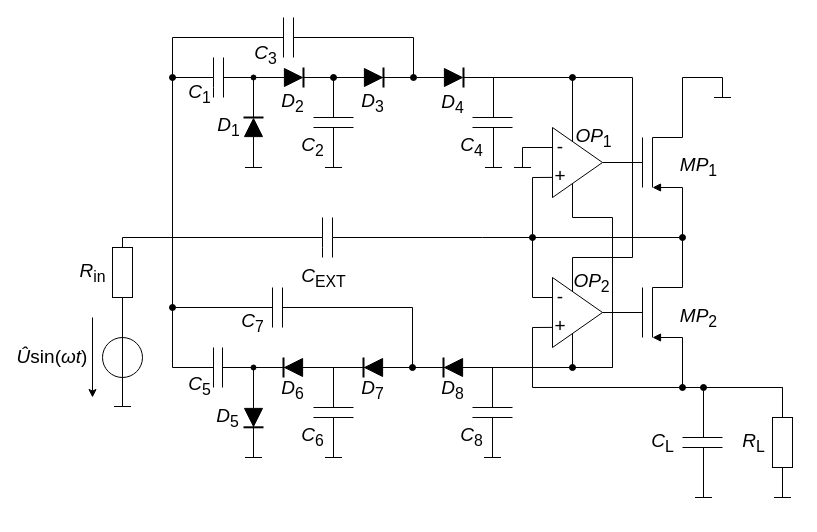
reinlten/TPA_Kolb keeps this draw.io diagram as page "Seite-3" (3 of 3) of forschungspraktikum.drawio. Above is the earlier version. Source tidied: cells renumbered, new cells numbered last; positions are measured from the earlier drawing's top-left corner, leaving out a move shared by most shapes. Both pictures are drawn from the tidied source at 100%, with x=0, y=0 at pixel (22, 17).
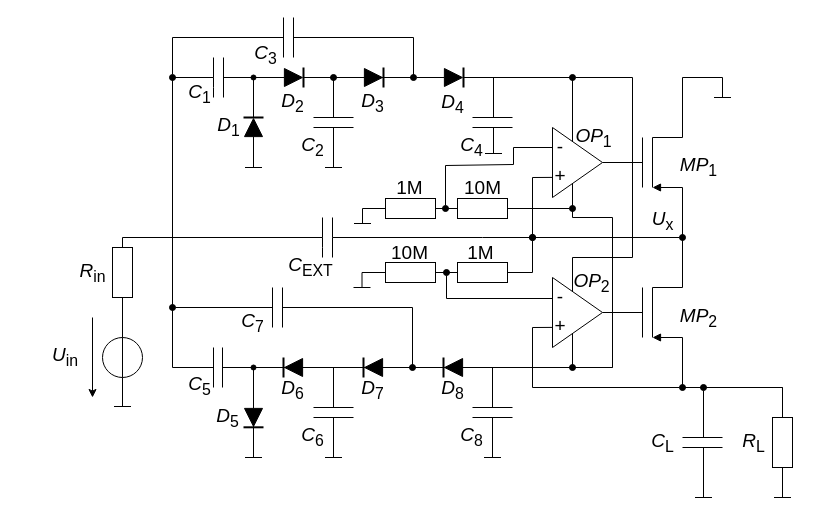
The same page after the edit.

The edit, as a diff of the source:
```diff
@@
-    <mxCell id="9" value="&lt;i&gt;Û&lt;/i&gt;sin(&lt;span style=&quot;text-align: start;&quot;&gt;&lt;i&gt;ω&lt;/i&gt;&lt;/span&gt;&lt;i&gt;t&lt;/i&gt;)" style="text;strokeColor=none;align=center;fillColor=none;html=1;verticalAlign=middle;whiteSpace=wrap;rounded=0;fontSize=19;" parent="1" vertex="1">
-      <mxGeometry y="325" width="60" height="30" as="geometry" />
+    <mxCell id="9" value="&lt;i&gt;U&lt;/i&gt;&lt;sub style=&quot;&quot;&gt;in&lt;/sub&gt;" style="text;strokeColor=none;align=center;fillColor=none;html=1;verticalAlign=middle;whiteSpace=wrap;rounded=0;fontSize=19;" parent="1" vertex="1">
+      <mxGeometry x="13" y="325" width="60" height="30" as="geometry" />
     </mxCell>
@@
     <mxCell id="25" style="endArrow=none;html=1;rounded=0;endFill=0;startArrow=baseDash;startFill=0;startSize=15;fontSize=19;" parent="1" edge="1">
       <mxGeometry relative="1" as="geometry">
-        <mxPoint x="471" y="150" as="sourcePoint" />
+        <mxPoint x="471" y="136" as="sourcePoint" />
         <mxPoint x="471" y="110" as="targetPoint" />
       </mxGeometry>
     </mxCell>
@@
-    <mxCell id="44" style="endArrow=none;html=1;rounded=0;startArrow=baseDash;startFill=0;startSize=15;fontSize=19;" parent="1" edge="1">
+    <mxCell id="44" style="endArrow=none;html=1;rounded=0;startArrow=oval;startFill=1;startSize=6;fontSize=19;" parent="1" edge="1">
       <mxGeometry relative="1" as="geometry">
-        <mxPoint x="500" y="150" as="sourcePoint" />
+        <mxPoint x="423" y="191" as="sourcePoint" />
         <mxPoint x="546" y="130" as="targetPoint" />
         <Array as="points">
-          <mxPoint x="500" y="130" />
+          <mxPoint x="423" y="148" />
+          <mxPoint x="491" y="147" />
+          <mxPoint x="491" y="130" />
         </Array>
       </mxGeometry>
     </mxCell>
-    <mxCell id="45" style="endArrow=none;html=1;rounded=0;startArrow=none;startFill=0;startSize=15;fontSize=19;" parent="1" edge="1">
-      <mxGeometry relative="1" as="geometry">
-        <mxPoint x="510" y="220" as="sourcePoint" />
-        <mxPoint x="536" y="280" as="targetPoint" />
-        <Array as="points">
-          <mxPoint x="510" y="280" />
-        </Array>
-      </mxGeometry>
-    </mxCell>
-    <mxCell id="46" style="group;fontSize=19;" parent="1" vertex="1">
-      <mxGeometry x="510" y="250" width="91" height="90" as="geometry" />
-    </mxCell>
-    <mxCell id="47" style="group;fontSize=19;" parent="46" vertex="1">
-      <mxGeometry y="10" width="70" height="70" as="geometry" />
-    </mxCell>
-    <mxCell id="48" style="triangle;whiteSpace=wrap;html=1;fontSize=19;" parent="47" vertex="1">
-      <mxGeometry x="20" width="50" height="70" as="geometry" />
-    </mxCell>
-    <mxCell id="49" value="&lt;font&gt;-&lt;/font&gt;" style="text;strokeColor=none;align=center;fillColor=none;html=1;verticalAlign=middle;whiteSpace=wrap;rounded=0;fontSize=19;" parent="47" vertex="1">
-      <mxGeometry x="3" y="5" width="50" height="30" as="geometry" />
-    </mxCell>
-    <mxCell id="50" value="&lt;font&gt;+&lt;/font&gt;" style="text;strokeColor=none;align=center;fillColor=none;html=1;verticalAlign=middle;whiteSpace=wrap;rounded=0;fontSize=19;" parent="47" vertex="1">
-      <mxGeometry x="3" y="34" width="50" height="30" as="geometry" />
-    </mxCell>
-    <mxCell id="51" style="endArrow=none;html=1;rounded=0;endFill=0;startArrow=oval;startFill=1;fontSize=19;" parent="47" edge="1">
-      <mxGeometry relative="1" as="geometry">
-        <mxPoint x="150" y="110" as="sourcePoint" />
-        <mxPoint x="20" y="49.9" as="targetPoint" />
-        <Array as="points">
-          <mxPoint y="110" />
-          <mxPoint y="50" />
-        </Array>
-      </mxGeometry>
-    </mxCell>
-    <mxCell id="52" value="&lt;i&gt;OP&lt;/i&gt;&lt;sub&gt;2&lt;/sub&gt;" style="text;html=1;align=center;verticalAlign=middle;strokeColor=none;fillColor=none;spacingLeft=-4;fontSize=19;" parent="46" vertex="1">
-      <mxGeometry x="36" y="-4" width="50" height="40" as="geometry" />
-    </mxCell>
@@
     <mxCell id="119" value="&lt;i&gt;C&lt;/i&gt;&lt;sub&gt;EXT&lt;/sub&gt;" style="text;html=1;align=center;verticalAlign=middle;strokeColor=none;fillColor=none;spacingLeft=8;fontSize=19;" parent="1" vertex="1">
-      <mxGeometry x="262" y="241" width="69" height="39" as="geometry" />
+      <mxGeometry x="249" y="230" width="69" height="39" as="geometry" />
     </mxCell>
@@
+    <mxCell id="125" value="&lt;i&gt;U&lt;/i&gt;&lt;sub&gt;x&lt;/sub&gt;" style="text;html=1;align=center;verticalAlign=middle;strokeColor=none;fillColor=none;spacingLeft=8;fontSize=19;" parent="1" vertex="1">
+      <mxGeometry x="613" y="184" width="46" height="39" as="geometry" />
+    </mxCell>
+    <mxCell id="126" style="endArrow=oval;html=1;rounded=0;startArrow=baseDash;startFill=0;endFill=1;startSize=15;" parent="1" edge="1">
+      <mxGeometry relative="1" as="geometry">
+        <mxPoint x="340" y="206" as="sourcePoint" />
+        <mxPoint x="550" y="191" as="targetPoint" />
+        <Array as="points">
+          <mxPoint x="340" y="191" />
+        </Array>
+      </mxGeometry>
+    </mxCell>
+    <mxCell id="127" style="rounded=0;whiteSpace=wrap;html=1;fontSize=19;direction=south;" parent="1" vertex="1">
+      <mxGeometry x="363" y="181" width="50" height="20" as="geometry" />
+    </mxCell>
+    <mxCell id="128" style="rounded=0;whiteSpace=wrap;html=1;fontSize=19;direction=south;" parent="1" vertex="1">
+      <mxGeometry x="435" y="181" width="50" height="20" as="geometry" />
+    </mxCell>
+    <mxCell id="129" value="1M" style="text;html=1;align=center;verticalAlign=middle;strokeColor=none;fillColor=none;spacingLeft=8;fontSize=19;" parent="1" vertex="1">
+      <mxGeometry x="358" y="153" width="50" height="35" as="geometry" />
+    </mxCell>
+    <mxCell id="130" value="10M" style="text;html=1;align=center;verticalAlign=middle;strokeColor=none;fillColor=none;spacingLeft=8;fontSize=19;" parent="1" vertex="1">
+      <mxGeometry x="425" y="153" width="61" height="35" as="geometry" />
+    </mxCell>
+    <mxCell id="131" style="endArrow=oval;html=1;rounded=0;startArrow=baseDash;startFill=0;endFill=1;startSize=15;" parent="1" edge="1">
+      <mxGeometry relative="1" as="geometry">
+        <mxPoint x="339.5" y="270" as="sourcePoint" />
+        <mxPoint x="510" y="220" as="targetPoint" />
+        <Array as="points">
+          <mxPoint x="339.5" y="255" />
+          <mxPoint x="510" y="255" />
+        </Array>
+      </mxGeometry>
+    </mxCell>
+    <mxCell id="132" style="rounded=0;whiteSpace=wrap;html=1;fontSize=19;direction=south;" parent="1" vertex="1">
+      <mxGeometry x="363" y="245" width="50" height="20" as="geometry" />
+    </mxCell>
+    <mxCell id="133" style="rounded=0;whiteSpace=wrap;html=1;fontSize=19;direction=south;" parent="1" vertex="1">
+      <mxGeometry x="435" y="245" width="50" height="20" as="geometry" />
+    </mxCell>
+    <mxCell id="134" style="endArrow=none;html=1;rounded=0;startArrow=oval;startFill=1;" parent="1" edge="1">
+      <mxGeometry relative="1" as="geometry">
+        <mxPoint x="424" y="255" as="sourcePoint" />
+        <mxPoint x="535" y="281" as="targetPoint" />
+        <Array as="points">
+          <mxPoint x="424" y="281" />
+        </Array>
+      </mxGeometry>
+    </mxCell>
+    <mxCell id="46" style="group;fontSize=19;" parent="1" vertex="1">
+      <mxGeometry x="510" y="250" width="91" height="90" as="geometry" />
+    </mxCell>
+    <mxCell id="47" style="group;fontSize=19;" parent="46" vertex="1">
+      <mxGeometry y="10" width="70" height="70" as="geometry" />
+    </mxCell>
+    <mxCell id="48" style="triangle;whiteSpace=wrap;html=1;fontSize=19;" parent="47" vertex="1">
+      <mxGeometry x="20" width="50" height="70" as="geometry" />
+    </mxCell>
+    <mxCell id="49" value="&lt;font&gt;-&lt;/font&gt;" style="text;strokeColor=none;align=center;fillColor=none;html=1;verticalAlign=middle;whiteSpace=wrap;rounded=0;fontSize=19;" parent="47" vertex="1">
+      <mxGeometry x="3" y="5" width="50" height="30" as="geometry" />
+    </mxCell>
+    <mxCell id="50" value="&lt;font&gt;+&lt;/font&gt;" style="text;strokeColor=none;align=center;fillColor=none;html=1;verticalAlign=middle;whiteSpace=wrap;rounded=0;fontSize=19;" parent="47" vertex="1">
+      <mxGeometry x="3" y="34" width="50" height="30" as="geometry" />
+    </mxCell>
+    <mxCell id="51" style="endArrow=none;html=1;rounded=0;endFill=0;startArrow=oval;startFill=1;fontSize=19;" parent="47" edge="1">
+      <mxGeometry relative="1" as="geometry">
+        <mxPoint x="150" y="110" as="sourcePoint" />
+        <mxPoint x="20" y="49.9" as="targetPoint" />
+        <Array as="points">
+          <mxPoint y="110" />
+          <mxPoint y="50" />
+        </Array>
+      </mxGeometry>
+    </mxCell>
+    <mxCell id="52" value="&lt;i&gt;OP&lt;/i&gt;&lt;sub&gt;2&lt;/sub&gt;" style="text;html=1;align=center;verticalAlign=middle;strokeColor=none;fillColor=none;spacingLeft=-4;fontSize=19;" parent="46" vertex="1">
+      <mxGeometry x="36" y="-4" width="50" height="40" as="geometry" />
+    </mxCell>
+    <mxCell id="135" value="10M" style="text;html=1;align=center;verticalAlign=middle;strokeColor=none;fillColor=none;spacingLeft=8;fontSize=19;" parent="1" vertex="1">
+      <mxGeometry x="352.5" y="218" width="61" height="35" as="geometry" />
+    </mxCell>
+    <mxCell id="136" value="1M" style="text;html=1;align=center;verticalAlign=middle;strokeColor=none;fillColor=none;spacingLeft=8;fontSize=19;" parent="1" vertex="1">
+      <mxGeometry x="429" y="218" width="50" height="35" as="geometry" />
+    </mxCell>
```
